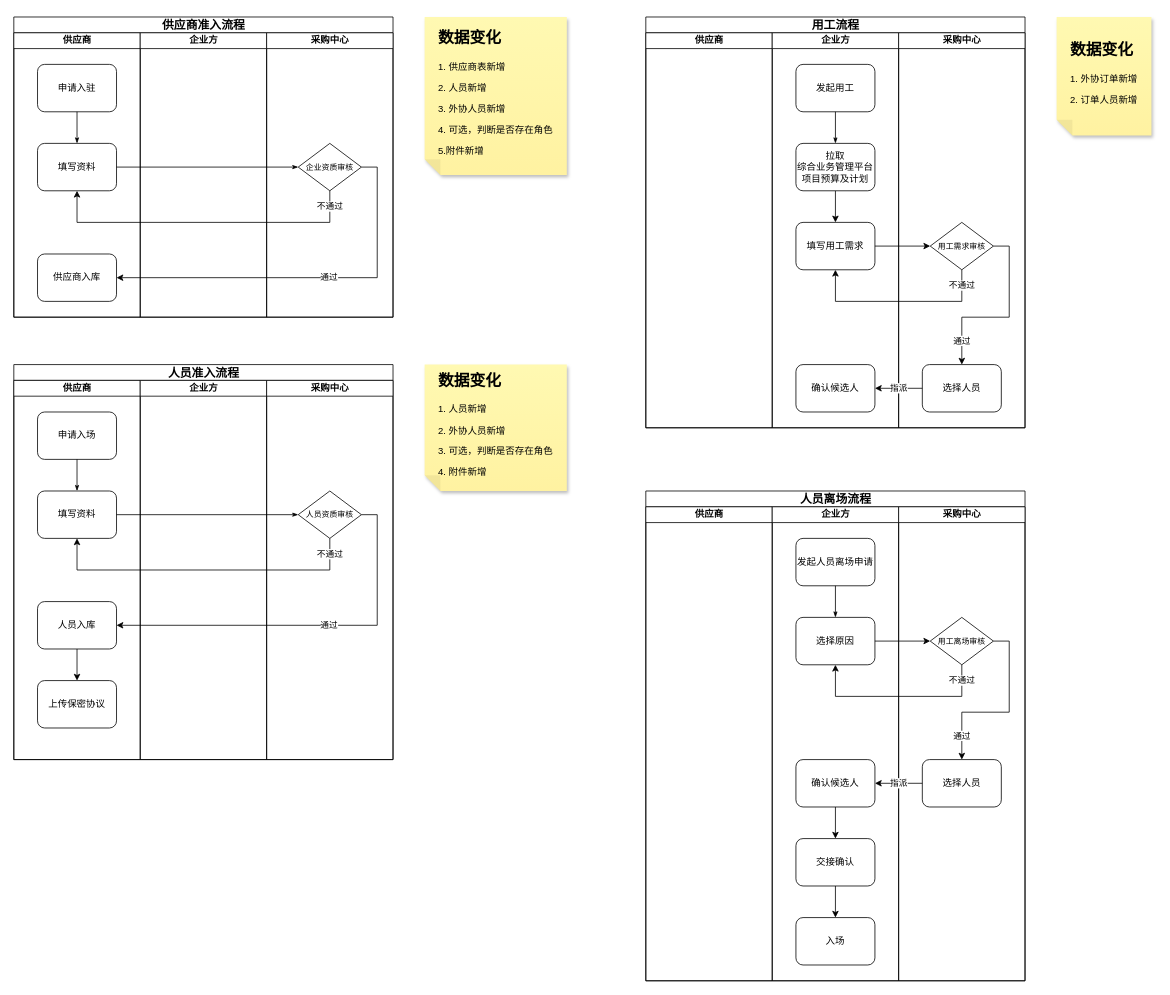
Earlier version of the draw.io diagram page "供应商准入流程" (1 of 2) of extend-staff/流程图.drawio (Qunz/drawio). Source tidied: cells renumbered, new cells numbered last; positions are measured from the earlier drawing's top-left corner, leaving out a move shared by most shapes. Both pictures are drawn from the tidied source at 79%, with x=0, y=0 at pixel (13, 17).
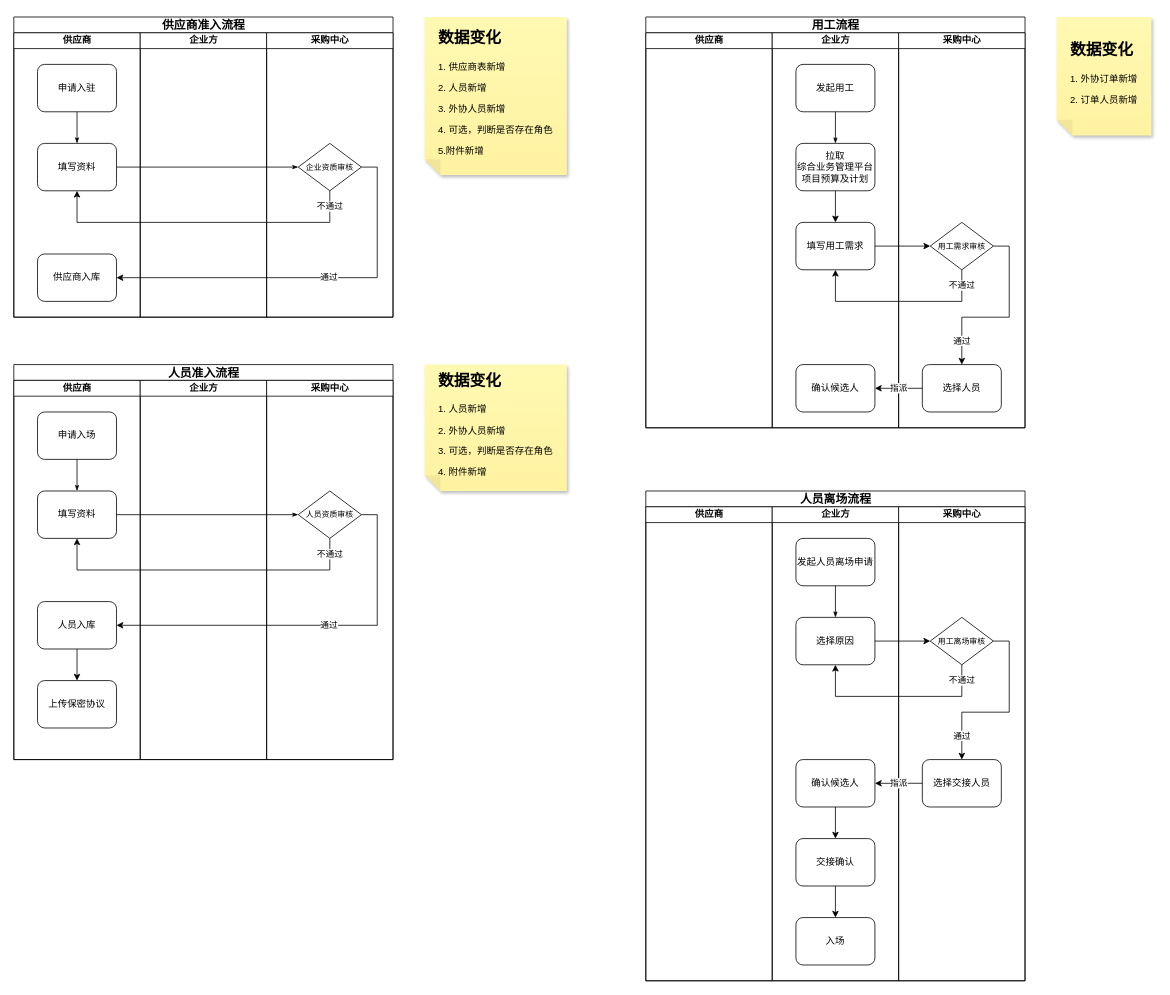
The same page after the edit.

Commit message:
更新流程图.drawio

The change refers to these unchanged cells:
```xml
<mxCell id="74" value="采购中心" style="swimlane;html=1;startSize=20;" parent="59" vertex="1">
  <mxGeometry x="320" y="20" width="160" height="600" as="geometry" />
</mxCell>
```

The edit, as a diff of the source:
```diff
@@
-    <mxCell id="76" value="选择人员" style="rounded=1;whiteSpace=wrap;html=1;shadow=0;labelBackgroundColor=none;strokeWidth=1;fontFamily=Verdana;fontSize=12;align=center;" parent="74" vertex="1">
+    <mxCell id="76" value="选择交接人员" style="rounded=1;whiteSpace=wrap;html=1;shadow=0;labelBackgroundColor=none;strokeWidth=1;fontFamily=Verdana;fontSize=12;align=center;" parent="74" vertex="1">
       <mxGeometry x="30" y="320" width="100" height="60" as="geometry" />
     </mxCell>
```
